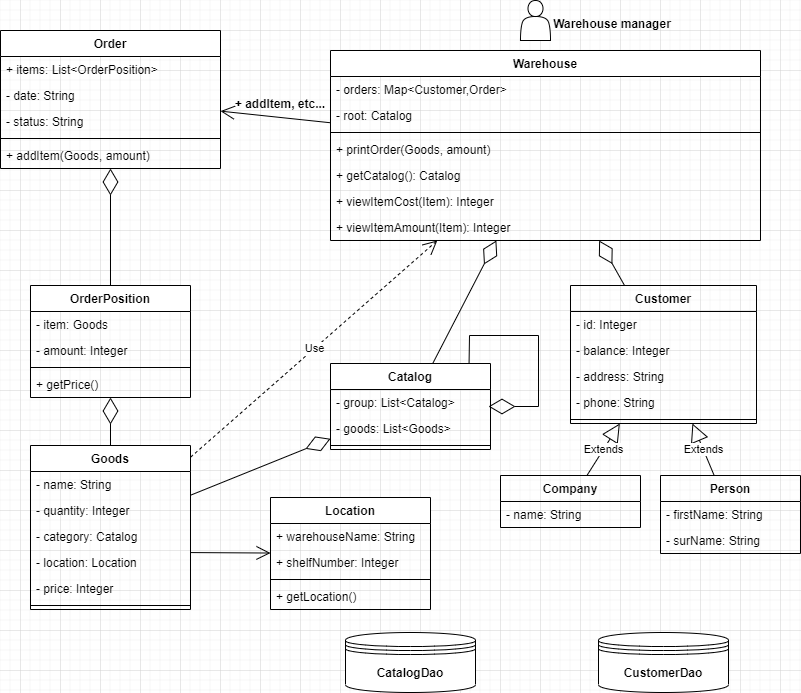
The draw.io diagram warehouse.drawio.png in noteandmark/warehouse, before a commit. Source tidied: cells renumbered, new cells last; positions are measured from the earlier drawing's top-left corner, leaving out a move shared by most shapes. Its diagram source:
```xml
<mxGraphModel>
  <root>
    <mxCell id="0" />
    <mxCell id="1" parent="0" />
    <mxCell id="2" value="Order" style="swimlane;fontStyle=1;align=center;verticalAlign=top;horizontal=1;startSize=26;" parent="1" vertex="1">
      <mxGeometry y="30" width="220" height="138" as="geometry" />
    </mxCell>
    <mxCell id="3" value="+ items: List&lt;OrderPosition&gt;" style="text;strokeColor=none;fillColor=none;align=left;verticalAlign=top;spacingLeft=4;spacingRight=4;overflow=hidden;" parent="2" vertex="1">
      <mxGeometry y="26" width="220" height="26" as="geometry" />
    </mxCell>
    <mxCell id="4" value="- date: String" style="text;strokeColor=none;fillColor=none;align=left;verticalAlign=top;spacingLeft=4;spacingRight=4;overflow=hidden;" parent="2" vertex="1">
      <mxGeometry y="52" width="220" height="26" as="geometry" />
    </mxCell>
    <mxCell id="5" value="- status: String" style="text;strokeColor=none;fillColor=none;align=left;verticalAlign=top;spacingLeft=4;spacingRight=4;overflow=hidden;" parent="2" vertex="1">
      <mxGeometry y="78" width="220" height="26" as="geometry" />
    </mxCell>
    <mxCell id="6" style="line;strokeWidth=1;fillColor=none;align=left;verticalAlign=middle;spacingTop=-1;spacingLeft=3;spacingRight=3;labelPosition=right;" parent="2" vertex="1">
      <mxGeometry y="104" width="220" height="8" as="geometry" />
    </mxCell>
    <mxCell id="7" value="+ addItem(Goods, amount)" style="text;strokeColor=none;fillColor=none;align=left;verticalAlign=top;spacingLeft=4;spacingRight=4;overflow=hidden;" parent="2" vertex="1">
      <mxGeometry y="112" width="220" height="26" as="geometry" />
    </mxCell>
    <mxCell id="8" value="Customer" style="swimlane;fontStyle=1;horizontal=1;startSize=26;fillColor=none;" parent="1" vertex="1">
      <mxGeometry x="570" y="285" width="186" height="138" as="geometry" />
    </mxCell>
    <mxCell id="9" value="- id: Integer" style="text;strokeColor=none;fillColor=none;align=left;verticalAlign=top;spacingLeft=4;spacingRight=4;overflow=hidden;" parent="8" vertex="1">
      <mxGeometry y="26" width="186" height="26" as="geometry" />
    </mxCell>
    <mxCell id="10" value="- balance: Integer" style="text;strokeColor=none;fillColor=none;align=left;verticalAlign=top;spacingLeft=4;spacingRight=4;overflow=hidden;" parent="8" vertex="1">
      <mxGeometry y="52" width="186" height="26" as="geometry" />
    </mxCell>
    <mxCell id="11" value="- address: String" style="text;strokeColor=none;fillColor=none;align=left;verticalAlign=top;spacingLeft=4;spacingRight=4;overflow=hidden;" parent="8" vertex="1">
      <mxGeometry y="78" width="186" height="26" as="geometry" />
    </mxCell>
    <mxCell id="12" value="- phone: String" style="text;strokeColor=none;fillColor=none;align=left;verticalAlign=top;spacingLeft=4;spacingRight=4;overflow=hidden;" parent="8" vertex="1">
      <mxGeometry y="104" width="186" height="26" as="geometry" />
    </mxCell>
    <mxCell id="13" style="line;strokeWidth=1;fillColor=none;align=left;verticalAlign=middle;spacingTop=-1;spacingLeft=3;spacingRight=3;labelPosition=right;" parent="8" vertex="1">
      <mxGeometry y="130" width="186" height="8" as="geometry" />
    </mxCell>
    <mxCell id="14" value="Goods" style="swimlane;fontStyle=1;align=center;verticalAlign=top;horizontal=1;startSize=26;" parent="1" vertex="1">
      <mxGeometry x="30" y="445" width="160" height="164" as="geometry" />
    </mxCell>
    <mxCell id="15" value="- name: String" style="text;strokeColor=none;fillColor=none;align=left;verticalAlign=top;spacingLeft=4;spacingRight=4;overflow=hidden;" parent="14" vertex="1">
      <mxGeometry y="26" width="160" height="26" as="geometry" />
    </mxCell>
    <mxCell id="16" value="- quantity: Integer" style="text;strokeColor=none;fillColor=none;align=left;verticalAlign=top;spacingLeft=4;spacingRight=4;overflow=hidden;" parent="14" vertex="1">
      <mxGeometry y="52" width="160" height="26" as="geometry" />
    </mxCell>
    <mxCell id="17" value="- category: Catalog" style="text;strokeColor=none;fillColor=none;align=left;verticalAlign=top;spacingLeft=4;spacingRight=4;overflow=hidden;" parent="14" vertex="1">
      <mxGeometry y="78" width="160" height="26" as="geometry" />
    </mxCell>
    <mxCell id="18" value="- location: Location" style="text;strokeColor=none;fillColor=none;align=left;verticalAlign=top;spacingLeft=4;spacingRight=4;overflow=hidden;points=[[0,0.5],[1,0.5]];portConstraint=eastwest;" parent="14" vertex="1">
      <mxGeometry y="104" width="160" height="26" as="geometry" />
    </mxCell>
    <mxCell id="19" value="- price: Integer" style="text;strokeColor=none;fillColor=none;align=left;verticalAlign=top;spacingLeft=4;spacingRight=4;overflow=hidden;" parent="14" vertex="1">
      <mxGeometry y="130" width="160" height="26" as="geometry" />
    </mxCell>
    <mxCell id="20" style="line;strokeWidth=1;fillColor=none;align=left;verticalAlign=middle;spacingTop=-1;spacingLeft=3;spacingRight=3;labelPosition=right;" parent="14" vertex="1">
      <mxGeometry y="156" width="160" height="8" as="geometry" />
    </mxCell>
    <mxCell id="21" value="Company" style="swimlane;fontStyle=1;horizontal=1;startSize=26;fillColor=none;" parent="1" vertex="1">
      <mxGeometry x="500" y="475" width="140" height="52" as="geometry" />
    </mxCell>
    <mxCell id="22" value="- name: String" style="text;strokeColor=none;fillColor=none;align=left;verticalAlign=top;spacingLeft=4;spacingRight=4;overflow=hidden;" parent="21" vertex="1">
      <mxGeometry y="26" width="140" height="26" as="geometry" />
    </mxCell>
    <mxCell id="23" value="Person" style="swimlane;fontStyle=1;horizontal=1;startSize=26;fillColor=none;" parent="1" vertex="1">
      <mxGeometry x="660" y="475" width="140" height="78" as="geometry" />
    </mxCell>
    <mxCell id="24" value="- firstName: String" style="text;strokeColor=none;fillColor=none;align=left;verticalAlign=top;spacingLeft=4;spacingRight=4;overflow=hidden;" parent="23" vertex="1">
      <mxGeometry y="26" width="140" height="26" as="geometry" />
    </mxCell>
    <mxCell id="25" value="- surName: String" style="text;strokeColor=none;fillColor=none;align=left;verticalAlign=top;spacingLeft=4;spacingRight=4;overflow=hidden;" parent="23" vertex="1">
      <mxGeometry y="52" width="140" height="26" as="geometry" />
    </mxCell>
    <mxCell id="26" value="Extends" style="endArrow=block;endSize=16;endFill=0;html=1;rounded=0;" parent="1" edge="1" source="21" target="8">
      <mxGeometry relative="1" as="geometry" />
    </mxCell>
    <mxCell id="27" value="Extends" style="endArrow=block;endSize=16;endFill=0;html=1;rounded=0;" parent="1" edge="1" source="23" target="8">
      <mxGeometry relative="1" as="geometry" />
    </mxCell>
    <mxCell id="28" value="Warehouse" style="swimlane;fontStyle=1;align=center;verticalAlign=top;horizontal=1;startSize=26;" parent="1" vertex="1">
      <mxGeometry x="330" y="50" width="430" height="190" as="geometry" />
    </mxCell>
    <mxCell id="29" value="- orders: Map&lt;Customer,Order&gt;" style="text;strokeColor=none;fillColor=none;align=left;verticalAlign=top;spacingLeft=4;spacingRight=4;overflow=hidden;" parent="28" vertex="1">
      <mxGeometry y="26" width="430" height="26" as="geometry" />
    </mxCell>
    <mxCell id="30" value="- root: Catalog" style="text;strokeColor=none;fillColor=none;align=left;verticalAlign=top;spacingLeft=4;spacingRight=4;overflow=hidden;" parent="28" vertex="1">
      <mxGeometry y="52" width="430" height="26" as="geometry" />
    </mxCell>
    <mxCell id="31" style="line;strokeWidth=1;fillColor=none;align=left;verticalAlign=middle;spacingTop=-1;spacingLeft=3;spacingRight=3;labelPosition=right;" parent="28" vertex="1">
      <mxGeometry y="78" width="430" height="8" as="geometry" />
    </mxCell>
    <mxCell id="32" value="+ printOrder(Goods, amount)" style="text;strokeColor=none;fillColor=none;align=left;verticalAlign=top;spacingLeft=4;spacingRight=4;overflow=hidden;" parent="28" vertex="1">
      <mxGeometry y="86" width="430" height="26" as="geometry" />
    </mxCell>
    <mxCell id="33" value="+ getCatalog(): Catalog" style="text;strokeColor=none;fillColor=none;align=left;verticalAlign=top;spacingLeft=4;spacingRight=4;overflow=hidden;" parent="28" vertex="1">
      <mxGeometry y="112" width="430" height="26" as="geometry" />
    </mxCell>
    <mxCell id="34" value="+ viewItemCost(Item): Integer" style="text;strokeColor=none;fillColor=none;align=left;verticalAlign=top;spacingLeft=4;spacingRight=4;overflow=hidden;" parent="28" vertex="1">
      <mxGeometry y="138" width="430" height="26" as="geometry" />
    </mxCell>
    <mxCell id="35" value="+ viewItemAmount(Item): Integer" style="text;strokeColor=none;fillColor=none;align=left;verticalAlign=top;spacingLeft=4;spacingRight=4;overflow=hidden;" parent="28" vertex="1">
      <mxGeometry y="164" width="430" height="26" as="geometry" />
    </mxCell>
    <mxCell id="36" style="endArrow=diamondThin;endFill=0;endSize=24;html=1;rounded=0;" parent="1" edge="1" source="43" target="28">
      <mxGeometry relative="1" as="geometry" />
    </mxCell>
    <mxCell id="37" value="Location" style="swimlane;fontStyle=1;align=center;verticalAlign=top;horizontal=1;startSize=26;" parent="1" vertex="1">
      <mxGeometry x="270" y="497" width="160" height="112" as="geometry" />
    </mxCell>
    <mxCell id="38" value="+ warehouseName: String" style="text;strokeColor=none;fillColor=none;align=left;verticalAlign=top;spacingLeft=4;spacingRight=4;overflow=hidden;" parent="37" vertex="1">
      <mxGeometry y="26" width="160" height="26" as="geometry" />
    </mxCell>
    <mxCell id="39" value="+ shelfNumber: Integer" style="text;strokeColor=none;fillColor=none;align=left;verticalAlign=top;spacingLeft=4;spacingRight=4;overflow=hidden;" parent="37" vertex="1">
      <mxGeometry y="52" width="160" height="26" as="geometry" />
    </mxCell>
    <mxCell id="40" style="line;strokeWidth=1;fillColor=none;align=left;verticalAlign=middle;spacingTop=-1;spacingLeft=3;spacingRight=3;labelPosition=right;" parent="37" vertex="1">
      <mxGeometry y="78" width="160" height="8" as="geometry" />
    </mxCell>
    <mxCell id="41" value="+ getLocation()" style="text;strokeColor=none;fillColor=none;align=left;verticalAlign=top;spacingLeft=4;spacingRight=4;overflow=hidden;" parent="37" vertex="1">
      <mxGeometry y="86" width="160" height="26" as="geometry" />
    </mxCell>
    <mxCell id="42" style="endArrow=open;endFill=1;endSize=12;html=1;rounded=0;exitX=0.997;exitY=0.118;exitDx=0;exitDy=0;exitPerimeter=0;" parent="1" edge="1" source="18" target="37">
      <mxGeometry relative="1" as="geometry" />
    </mxCell>
    <mxCell id="43" value="Catalog" style="swimlane;fontStyle=1;align=center;verticalAlign=top;horizontal=1;startSize=26;" parent="1" vertex="1">
      <mxGeometry x="330" y="363" width="160" height="86" as="geometry" />
    </mxCell>
    <mxCell id="44" value="- group: List&lt;Catalog&gt;" style="text;strokeColor=none;fillColor=none;align=left;verticalAlign=top;spacingLeft=4;spacingRight=4;overflow=hidden;" parent="43" vertex="1">
      <mxGeometry y="26" width="160" height="26" as="geometry" />
    </mxCell>
    <mxCell id="45" value="- goods: List&lt;Goods&gt;" style="text;strokeColor=none;fillColor=none;align=left;verticalAlign=top;spacingLeft=4;spacingRight=4;overflow=hidden;" parent="43" vertex="1">
      <mxGeometry y="52" width="160" height="26" as="geometry" />
    </mxCell>
    <mxCell id="46" style="line;strokeWidth=1;fillColor=none;align=left;verticalAlign=middle;spacingTop=-1;spacingLeft=3;spacingRight=3;labelPosition=right;" parent="43" vertex="1">
      <mxGeometry y="78" width="160" height="8" as="geometry" />
    </mxCell>
    <mxCell id="47" style="endArrow=diamondThin;endFill=0;endSize=24;html=1;rounded=0;" parent="1" edge="1" source="14" target="43">
      <mxGeometry relative="1" as="geometry" />
    </mxCell>
    <mxCell id="48" style="endArrow=diamondThin;endFill=0;endSize=24;html=1;rounded=0;" parent="1" edge="1" source="8" target="28">
      <mxGeometry relative="1" as="geometry" />
    </mxCell>
    <mxCell id="49" value="OrderPosition" style="swimlane;fontStyle=1;align=center;verticalAlign=top;horizontal=1;startSize=26;" parent="1" vertex="1">
      <mxGeometry x="30" y="285" width="160" height="112" as="geometry" />
    </mxCell>
    <mxCell id="50" value="- item: Goods" style="text;strokeColor=none;fillColor=none;align=left;verticalAlign=top;spacingLeft=4;spacingRight=4;overflow=hidden;" parent="49" vertex="1">
      <mxGeometry y="26" width="160" height="26" as="geometry" />
    </mxCell>
    <mxCell id="51" value="- amount: Integer" style="text;strokeColor=none;fillColor=none;align=left;verticalAlign=top;spacingLeft=4;spacingRight=4;overflow=hidden;" parent="49" vertex="1">
      <mxGeometry y="52" width="160" height="26" as="geometry" />
    </mxCell>
    <mxCell id="52" style="line;strokeWidth=1;fillColor=none;align=left;verticalAlign=middle;spacingTop=-1;spacingLeft=3;spacingRight=3;labelPosition=right;" parent="49" vertex="1">
      <mxGeometry y="78" width="160" height="8" as="geometry" />
    </mxCell>
    <mxCell id="53" value="+ getPrice()" style="text;strokeColor=none;fillColor=none;align=left;verticalAlign=top;spacingLeft=4;spacingRight=4;overflow=hidden;" parent="49" vertex="1">
      <mxGeometry y="86" width="160" height="26" as="geometry" />
    </mxCell>
    <mxCell id="54" style="endArrow=diamondThin;endFill=0;endSize=24;html=1;rounded=0;" parent="1" edge="1" source="49" target="2">
      <mxGeometry relative="1" as="geometry" />
    </mxCell>
    <mxCell id="55" style="endArrow=diamondThin;endFill=0;endSize=24;html=1;rounded=0;" parent="1" edge="1" source="14" target="49">
      <mxGeometry relative="1" as="geometry" />
    </mxCell>
    <mxCell id="56" style="endArrow=open;endFill=1;endSize=12;html=1;rounded=0;" parent="1" edge="1" source="28" target="2">
      <mxGeometry relative="1" as="geometry" />
    </mxCell>
    <mxCell id="57" value="Use" style="endArrow=open;endSize=12;dashed=1;html=1;rounded=0;" parent="1" edge="1" source="14" target="28">
      <mxGeometry relative="1" as="geometry" />
    </mxCell>
    <mxCell id="58" style="shape=datastore;whiteSpace=wrap;html=1;" parent="1" vertex="1">
      <mxGeometry x="598" y="632" width="130" height="60" as="geometry" />
    </mxCell>
    <mxCell id="59" value="CustomerDao" style="text;align=center;fontStyle=1;verticalAlign=middle;spacingLeft=3;spacingRight=3;strokeColor=none;" parent="1" vertex="1">
      <mxGeometry x="623" y="659" width="80" height="26" as="geometry" />
    </mxCell>
    <mxCell id="60" style="endArrow=diamondThin;endFill=0;endSize=24;html=1;rounded=0;" parent="1" edge="1">
      <mxGeometry relative="1" as="geometry">
        <mxPoint x="468.6" y="363" as="sourcePoint" />
        <mxPoint x="488" y="406" as="targetPoint" />
        <Array as="points">
          <mxPoint x="469" y="335" />
          <mxPoint x="538" y="335" />
          <mxPoint x="538" y="406" />
        </Array>
      </mxGeometry>
    </mxCell>
    <mxCell id="61" style="shape=actor;whiteSpace=wrap;html=1;" parent="1" vertex="1">
      <mxGeometry x="520" width="30" height="40" as="geometry" />
    </mxCell>
    <mxCell id="62" value="Warehouse manager" style="text;align=center;fontStyle=1;verticalAlign=middle;spacingLeft=3;spacingRight=3;strokeColor=none;" parent="1" vertex="1">
      <mxGeometry x="572" y="10" width="80" height="26" as="geometry" />
    </mxCell>
    <mxCell id="63" value="+ addItem, etc..." style="text;align=center;fontStyle=1;verticalAlign=middle;spacingLeft=3;spacingRight=3;strokeColor=none;" parent="1" vertex="1">
      <mxGeometry x="240" y="90" width="80" height="26" as="geometry" />
    </mxCell>
    <mxCell id="64" style="shape=datastore;whiteSpace=wrap;html=1;" parent="1" vertex="1">
      <mxGeometry x="345" y="632" width="130" height="60" as="geometry" />
    </mxCell>
    <mxCell id="65" value="CatalogDao" style="text;align=center;fontStyle=1;verticalAlign=middle;spacingLeft=3;spacingRight=3;strokeColor=none;" parent="1" vertex="1">
      <mxGeometry x="370" y="659" width="80" height="26" as="geometry" />
    </mxCell>
  </root>
</mxGraphModel>
```
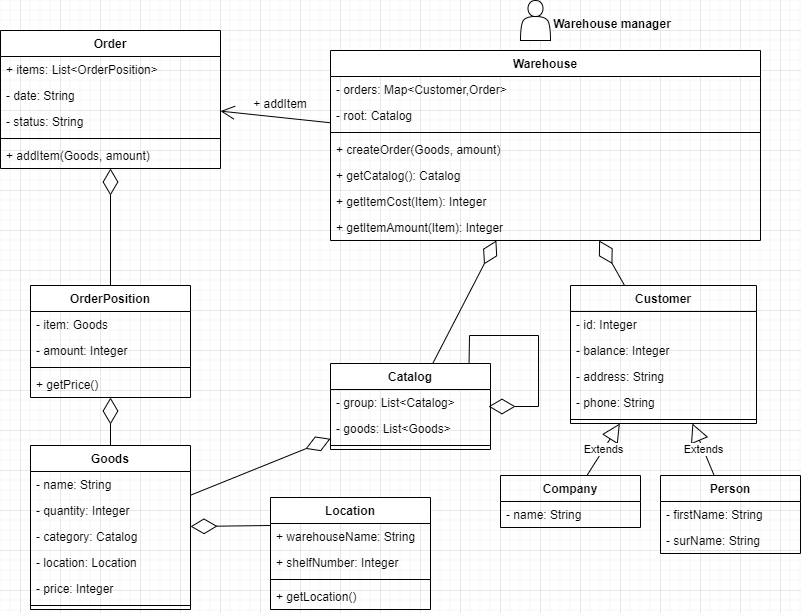
After the change.

Commit message:
specify the links

The edit, as a diff of the source:
```diff
@@ -92,16 +92,16 @@
     <mxCell id="31" style="line;strokeWidth=1;fillColor=none;align=left;verticalAlign=middle;spacingTop=-1;spacingLeft=3;spacingRight=3;labelPosition=right;" parent="28" vertex="1">
       <mxGeometry y="78" width="430" height="8" as="geometry" />
     </mxCell>
-    <mxCell id="32" value="+ printOrder(Goods, amount)" style="text;strokeColor=none;fillColor=none;align=left;verticalAlign=top;spacingLeft=4;spacingRight=4;overflow=hidden;" parent="28" vertex="1">
+    <mxCell id="32" value="+ createOrder(Goods, amount)" style="text;strokeColor=none;fillColor=none;align=left;verticalAlign=top;spacingLeft=4;spacingRight=4;overflow=hidden;" parent="28" vertex="1">
       <mxGeometry y="86" width="430" height="26" as="geometry" />
     </mxCell>
     <mxCell id="33" value="+ getCatalog(): Catalog" style="text;strokeColor=none;fillColor=none;align=left;verticalAlign=top;spacingLeft=4;spacingRight=4;overflow=hidden;" parent="28" vertex="1">
       <mxGeometry y="112" width="430" height="26" as="geometry" />
     </mxCell>
-    <mxCell id="34" value="+ viewItemCost(Item): Integer" style="text;strokeColor=none;fillColor=none;align=left;verticalAlign=top;spacingLeft=4;spacingRight=4;overflow=hidden;" parent="28" vertex="1">
+    <mxCell id="34" value="+ getItemCost(Item): Integer" style="text;strokeColor=none;fillColor=none;align=left;verticalAlign=top;spacingLeft=4;spacingRight=4;overflow=hidden;" parent="28" vertex="1">
       <mxGeometry y="138" width="430" height="26" as="geometry" />
     </mxCell>
-    <mxCell id="35" value="+ viewItemAmount(Item): Integer" style="text;strokeColor=none;fillColor=none;align=left;verticalAlign=top;spacingLeft=4;spacingRight=4;overflow=hidden;" parent="28" vertex="1">
+    <mxCell id="35" value="+ getItemAmount(Item): Integer" style="text;strokeColor=none;fillColor=none;align=left;verticalAlign=top;spacingLeft=4;spacingRight=4;overflow=hidden;" parent="28" vertex="1">
       <mxGeometry y="164" width="430" height="26" as="geometry" />
     </mxCell>
     <mxCell id="36" style="endArrow=diamondThin;endFill=0;endSize=24;html=1;rounded=0;" parent="1" edge="1" source="43" target="28">
@@ -122,9 +122,6 @@
     <mxCell id="41" value="+ getLocation()" style="text;strokeColor=none;fillColor=none;align=left;verticalAlign=top;spacingLeft=4;spacingRight=4;overflow=hidden;" parent="37" vertex="1">
       <mxGeometry y="86" width="160" height="26" as="geometry" />
     </mxCell>
-    <mxCell id="42" style="endArrow=open;endFill=1;endSize=12;html=1;rounded=0;exitX=0.997;exitY=0.118;exitDx=0;exitDy=0;exitPerimeter=0;" parent="1" edge="1" source="18" target="37">
-      <mxGeometry relative="1" as="geometry" />
-    </mxCell>
     <mxCell id="43" value="Catalog" style="swimlane;fontStyle=1;align=center;verticalAlign=top;horizontal=1;startSize=26;" parent="1" vertex="1">
       <mxGeometry x="330" y="363" width="160" height="86" as="geometry" />
     </mxCell>
@@ -167,15 +164,6 @@
     <mxCell id="56" style="endArrow=open;endFill=1;endSize=12;html=1;rounded=0;" parent="1" edge="1" source="28" target="2">
       <mxGeometry relative="1" as="geometry" />
     </mxCell>
-    <mxCell id="57" value="Use" style="endArrow=open;endSize=12;dashed=1;html=1;rounded=0;" parent="1" edge="1" source="14" target="28">
-      <mxGeometry relative="1" as="geometry" />
-    </mxCell>
-    <mxCell id="58" style="shape=datastore;whiteSpace=wrap;html=1;" parent="1" vertex="1">
-      <mxGeometry x="598" y="632" width="130" height="60" as="geometry" />
-    </mxCell>
-    <mxCell id="59" value="CustomerDao" style="text;align=center;fontStyle=1;verticalAlign=middle;spacingLeft=3;spacingRight=3;strokeColor=none;" parent="1" vertex="1">
-      <mxGeometry x="623" y="659" width="80" height="26" as="geometry" />
-    </mxCell>
     <mxCell id="60" style="endArrow=diamondThin;endFill=0;endSize=24;html=1;rounded=0;" parent="1" edge="1">
       <mxGeometry relative="1" as="geometry">
         <mxPoint x="468.6" y="363" as="sourcePoint" />
@@ -193,14 +181,11 @@
     <mxCell id="62" value="Warehouse manager" style="text;align=center;fontStyle=1;verticalAlign=middle;spacingLeft=3;spacingRight=3;strokeColor=none;" parent="1" vertex="1">
       <mxGeometry x="572" y="10" width="80" height="26" as="geometry" />
     </mxCell>
-    <mxCell id="63" value="+ addItem, etc..." style="text;align=center;fontStyle=1;verticalAlign=middle;spacingLeft=3;spacingRight=3;strokeColor=none;" parent="1" vertex="1">
+    <mxCell id="63" value="+ addItem" style="text;align=center;fontStyle=0;verticalAlign=middle;spacingLeft=3;spacingRight=3;strokeColor=none;" parent="1" vertex="1">
       <mxGeometry x="240" y="90" width="80" height="26" as="geometry" />
     </mxCell>
-    <mxCell id="64" style="shape=datastore;whiteSpace=wrap;html=1;" parent="1" vertex="1">
-      <mxGeometry x="345" y="632" width="130" height="60" as="geometry" />
-    </mxCell>
-    <mxCell id="65" value="CatalogDao" style="text;align=center;fontStyle=1;verticalAlign=middle;spacingLeft=3;spacingRight=3;strokeColor=none;" parent="1" vertex="1">
-      <mxGeometry x="370" y="659" width="80" height="26" as="geometry" />
-    </mxCell>
+    <mxCell id="66" style="endArrow=diamondThin;endFill=0;endSize=24;html=1;rounded=0;exitX=0;exitY=0.25;exitDx=0;exitDy=0;" parent="1" edge="1" source="37" target="14">
+      <mxGeometry relative="1" as="geometry" />
+    </mxCell>
   </root>
 </mxGraphModel>
```
